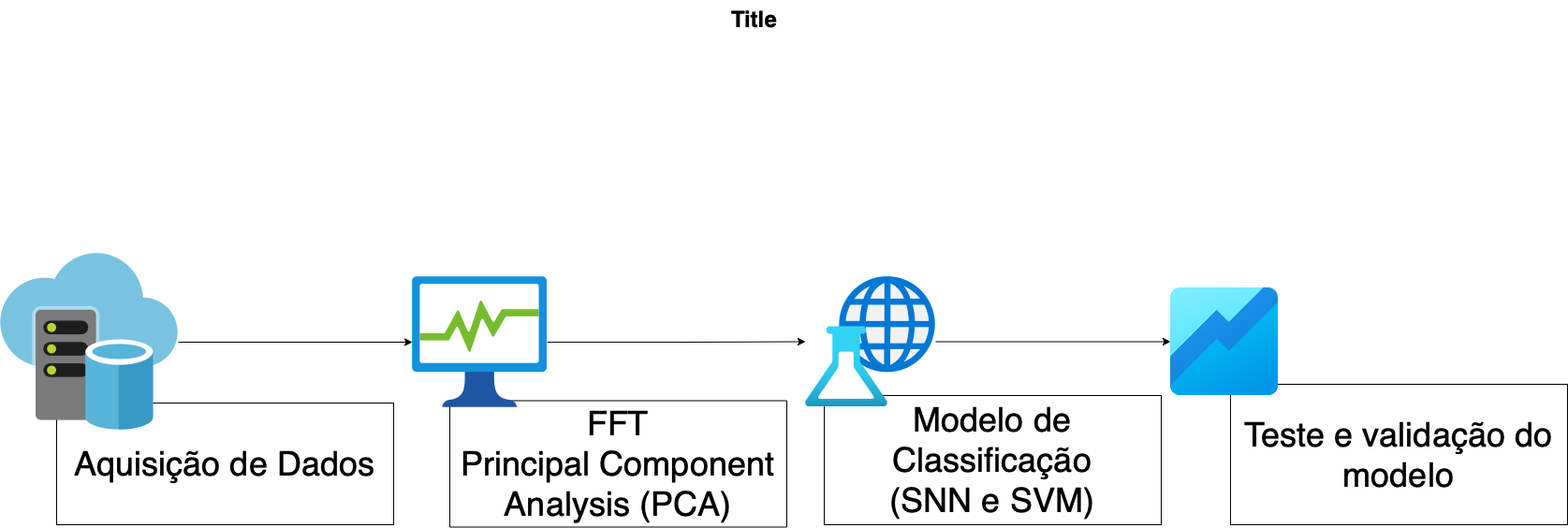
Earlier version of the draw.io export Pipeline.drawio.png (fefilizzola/HIML_TrabalhoFinal). Source tidied: cells renumbered, new cells last; positions are measured from the earlier drawing's top-left corner, leaving out a move shared by most shapes.
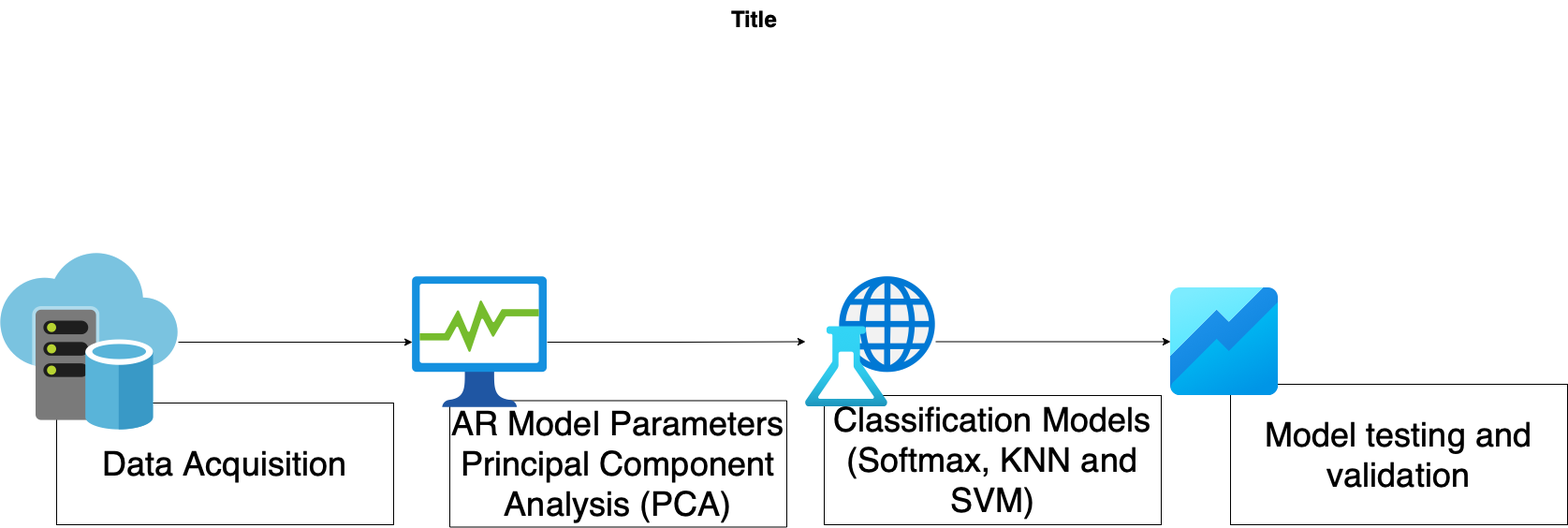
After the change.

Change to the diagram source:
```diff
@@ -5,7 +5,7 @@
     <mxCell id="2" value="Title" style="text;strokeColor=none;fillColor=none;html=1;fontSize=24;fontStyle=1;verticalAlign=middle;align=center;" parent="1" vertex="1">
       <mxGeometry x="10" width="1590" height="40" as="geometry" />
     </mxCell>
-    <mxCell id="3" value="&lt;font style=&quot;font-size: 36px;&quot;&gt;Aquisição de Dados&lt;/font&gt;" style="rounded=0;whiteSpace=wrap;html=1;" parent="1" vertex="1">
+    <mxCell id="3" value="&lt;font style=&quot;font-size: 36px;&quot;&gt;Data Acquisition&lt;/font&gt;" style="rounded=0;whiteSpace=wrap;html=1;" parent="1" vertex="1">
       <mxGeometry x="60" y="430" width="360" height="130" as="geometry" />
     </mxCell>
     <mxCell id="4" style="edgeStyle=orthogonalEdgeStyle;rounded=0;jettySize=auto;html=1;fontSize=36;" parent="1" edge="1" source="5" target="8">
@@ -14,7 +14,7 @@
     <mxCell id="5" style="sketch=0;html=1;points=[];align=center;image;fontSize=12;image=img/lib/mscae/Virtual_Datacenter.svg;" parent="1" vertex="1">
       <mxGeometry y="270" width="190" height="190" as="geometry" />
     </mxCell>
-    <mxCell id="6" value="&lt;font style=&quot;font-size: 36px;&quot;&gt;FFT&lt;br&gt;Principal Component Analysis (PCA)&lt;br&gt;&lt;/font&gt;" style="rounded=0;whiteSpace=wrap;html=1;" parent="1" vertex="1">
+    <mxCell id="6" value="&lt;font style=&quot;font-size: 36px;&quot;&gt;AR Model Parameters&lt;br&gt;Principal Component Analysis (PCA)&lt;br&gt;&lt;/font&gt;" style="rounded=0;whiteSpace=wrap;html=1;" parent="1" vertex="1">
       <mxGeometry x="480" y="427.5" width="360" height="135" as="geometry" />
     </mxCell>
     <mxCell id="7" style="edgeStyle=orthogonalEdgeStyle;rounded=0;jettySize=auto;html=1;fontSize=36;" parent="1" edge="1" source="8" target="11">
@@ -23,7 +23,7 @@
     <mxCell id="8" style="html=1;points=[];align=center;image;fontSize=12;image=img/lib/azure2/general/Process_Explorer.svg;" parent="1" vertex="1">
       <mxGeometry x="440" y="295" width="144.1" height="140" as="geometry" />
     </mxCell>
-    <mxCell id="9" value="&lt;font style=&quot;font-size: 36px;&quot;&gt;Modelo de Classificação&lt;br&gt;(SNN e SVM)&lt;br&gt;&lt;/font&gt;" style="rounded=0;whiteSpace=wrap;html=1;" parent="1" vertex="1">
+    <mxCell id="9" value="&lt;font style=&quot;font-size: 36px;&quot;&gt;Classification Models (Softmax, KNN and SVM)&lt;br&gt;&lt;/font&gt;" style="rounded=0;whiteSpace=wrap;html=1;" parent="1" vertex="1">
       <mxGeometry x="880" y="422" width="360" height="138" as="geometry" />
     </mxCell>
     <mxCell id="10" style="edgeStyle=orthogonalEdgeStyle;rounded=0;jettySize=auto;html=1;fontSize=36;" parent="1" edge="1" source="11" target="13">
@@ -32,7 +32,7 @@
     <mxCell id="11" style="html=1;points=[];align=center;image;fontSize=12;image=img/lib/azure2/ai_machine_learning/Machine_Learning_Studio_Classic_Web_Services.svg;" parent="1" vertex="1">
       <mxGeometry x="860" y="295" width="139" height="139" as="geometry" />
     </mxCell>
-    <mxCell id="12" value="&lt;font style=&quot;font-size: 36px;&quot;&gt;Teste e validação do modelo&lt;br&gt;&lt;/font&gt;" style="rounded=0;whiteSpace=wrap;html=1;" parent="1" vertex="1">
+    <mxCell id="12" value="&lt;font style=&quot;font-size: 36px;&quot;&gt;Model testing and validation&lt;br&gt;&lt;/font&gt;" style="rounded=0;whiteSpace=wrap;html=1;" parent="1" vertex="1">
       <mxGeometry x="1314" y="410" width="360" height="150" as="geometry" />
     </mxCell>
     <mxCell id="13" style="html=1;points=[];align=center;image;fontSize=12;image=img/lib/azure2/preview/Azure_Workbooks.svg;" parent="1" vertex="1">
```
